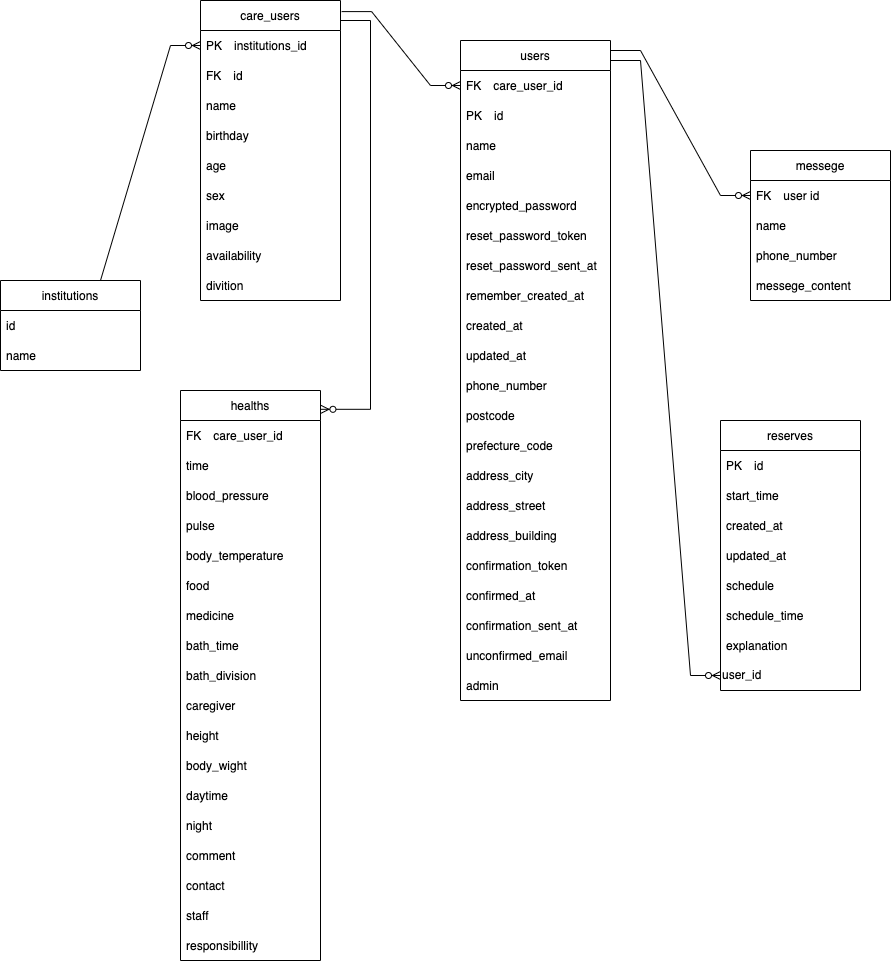
Before: ER図.png, a diagram exported from draw.io (tadao050707/rika_san_app). Source tidied: cells renumbered, new cells last; positions are measured from the earlier drawing's top-left corner, leaving out a move shared by most shapes.
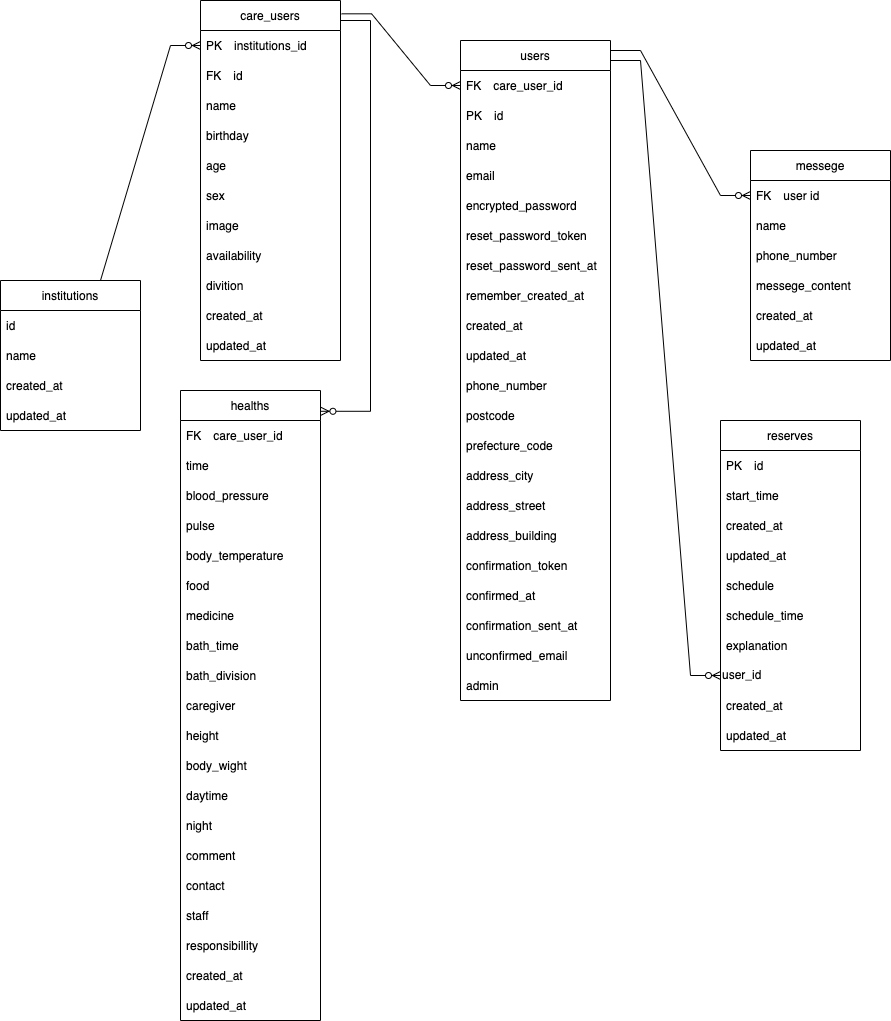
The same diagram one commit later.

The edit, as a diff of the source:
```diff
@@ -3,7 +3,7 @@
     <mxCell id="0" />
     <mxCell id="1" parent="0" />
     <mxCell id="2" value="institutions" style="swimlane;fontStyle=0;horizontal=1;startSize=30;" parent="1" vertex="1">
-      <mxGeometry y="280" width="140" height="90" as="geometry" />
+      <mxGeometry y="280" width="140" height="150" as="geometry" />
     </mxCell>
     <mxCell id="3" value="id" style="text;strokeColor=none;fillColor=none;align=left;verticalAlign=middle;spacingLeft=4;spacingRight=4;overflow=hidden;" parent="2" vertex="1">
       <mxGeometry y="30" width="140" height="30" as="geometry" />
@@ -11,6 +11,12 @@
     <mxCell id="4" value="name" style="text;strokeColor=none;fillColor=none;align=left;verticalAlign=middle;spacingLeft=4;spacingRight=4;overflow=hidden;" parent="2" vertex="1">
       <mxGeometry y="60" width="140" height="30" as="geometry" />
     </mxCell>
+    <mxCell id="75" value="created_at" style="text;strokeColor=none;fillColor=none;align=left;verticalAlign=middle;spacingLeft=4;spacingRight=4;overflow=hidden;" parent="2" vertex="1">
+      <mxGeometry y="90" width="140" height="30" as="geometry" />
+    </mxCell>
+    <mxCell id="76" value="updated_at" style="text;strokeColor=none;fillColor=none;align=left;verticalAlign=middle;spacingLeft=4;spacingRight=4;overflow=hidden;" parent="2" vertex="1">
+      <mxGeometry y="120" width="140" height="30" as="geometry" />
+    </mxCell>
     <mxCell id="5" value="users" style="swimlane;fontStyle=0;horizontal=1;startSize=30;" parent="1" vertex="1">
       <mxGeometry x="460" y="40" width="150" height="660" as="geometry" />
     </mxCell>
@@ -78,7 +84,7 @@
       <mxGeometry y="630" width="150" height="30" as="geometry" />
     </mxCell>
     <mxCell id="27" value="care_users" style="swimlane;fontStyle=0;horizontal=1;startSize=30;" parent="1" vertex="1">
-      <mxGeometry x="200" width="140" height="300" as="geometry" />
+      <mxGeometry x="200" width="140" height="360" as="geometry" />
     </mxCell>
     <mxCell id="28" value="PK　institutions_id" style="text;strokeColor=none;fillColor=none;align=left;verticalAlign=middle;spacingLeft=4;spacingRight=4;overflow=hidden;points=[[0,0.5],[1,0.5]];portConstraint=eastwest;" parent="27" vertex="1">
       <mxGeometry y="30" width="140" height="30" as="geometry" />
@@ -107,8 +113,14 @@
     <mxCell id="36" value="divition" style="text;strokeColor=none;fillColor=none;align=left;verticalAlign=middle;spacingLeft=4;spacingRight=4;overflow=hidden;" parent="27" vertex="1">
       <mxGeometry y="270" width="140" height="30" as="geometry" />
     </mxCell>
+    <mxCell id="77" value="created_at" style="text;strokeColor=none;fillColor=none;align=left;verticalAlign=middle;spacingLeft=4;spacingRight=4;overflow=hidden;" parent="27" vertex="1">
+      <mxGeometry y="300" width="140" height="30" as="geometry" />
+    </mxCell>
+    <mxCell id="78" value="updated_at" style="text;strokeColor=none;fillColor=none;align=left;verticalAlign=middle;spacingLeft=4;spacingRight=4;overflow=hidden;" parent="27" vertex="1">
+      <mxGeometry y="330" width="140" height="30" as="geometry" />
+    </mxCell>
     <mxCell id="37" value="healths" style="swimlane;fontStyle=0;horizontal=1;startSize=30;" parent="1" vertex="1">
-      <mxGeometry x="180" y="390" width="140" height="570" as="geometry" />
+      <mxGeometry x="180" y="390" width="140" height="630" as="geometry" />
     </mxCell>
     <mxCell id="38" value="FK　care_user_id" style="text;strokeColor=none;fillColor=none;align=left;verticalAlign=middle;spacingLeft=4;spacingRight=4;overflow=hidden;" parent="37" vertex="1">
       <mxGeometry y="30" width="140" height="30" as="geometry" />
@@ -164,8 +176,14 @@
     <mxCell id="55" value="responsibillity" style="text;strokeColor=none;fillColor=none;align=left;verticalAlign=middle;spacingLeft=4;spacingRight=4;overflow=hidden;" parent="37" vertex="1">
       <mxGeometry y="540" width="140" height="30" as="geometry" />
     </mxCell>
+    <mxCell id="79" value="created_at" style="text;strokeColor=none;fillColor=none;align=left;verticalAlign=middle;spacingLeft=4;spacingRight=4;overflow=hidden;" parent="37" vertex="1">
+      <mxGeometry y="570" width="140" height="30" as="geometry" />
+    </mxCell>
+    <mxCell id="80" value="updated_at" style="text;strokeColor=none;fillColor=none;align=left;verticalAlign=middle;spacingLeft=4;spacingRight=4;overflow=hidden;" parent="37" vertex="1">
+      <mxGeometry y="600" width="140" height="30" as="geometry" />
+    </mxCell>
     <mxCell id="56" value="reserves" style="swimlane;fontStyle=0;horizontal=1;startSize=30;" parent="1" vertex="1">
-      <mxGeometry x="720" y="420" width="140" height="270" as="geometry" />
+      <mxGeometry x="720" y="420" width="140" height="330" as="geometry" />
     </mxCell>
     <mxCell id="57" value="PK　id" style="text;strokeColor=none;fillColor=none;align=left;verticalAlign=middle;spacingLeft=4;spacingRight=4;overflow=hidden;" parent="56" vertex="1">
       <mxGeometry y="30" width="140" height="30" as="geometry" />
@@ -191,8 +209,14 @@
     <mxCell id="64" value="user_id" style="text;html=1;strokeColor=none;fillColor=none;align=left;verticalAlign=middle;whiteSpace=wrap;rounded=0;" parent="56" vertex="1">
       <mxGeometry y="240" width="140" height="30" as="geometry" />
     </mxCell>
+    <mxCell id="81" value="created_at" style="text;strokeColor=none;fillColor=none;align=left;verticalAlign=middle;spacingLeft=4;spacingRight=4;overflow=hidden;" parent="56" vertex="1">
+      <mxGeometry y="270" width="140" height="30" as="geometry" />
+    </mxCell>
+    <mxCell id="82" value="updated_at" style="text;strokeColor=none;fillColor=none;align=left;verticalAlign=middle;spacingLeft=4;spacingRight=4;overflow=hidden;" parent="56" vertex="1">
+      <mxGeometry y="300" width="140" height="30" as="geometry" />
+    </mxCell>
     <mxCell id="65" value="messege" style="swimlane;fontStyle=0;horizontal=1;startSize=30;" parent="1" vertex="1">
-      <mxGeometry x="750" y="150" width="140" height="150" as="geometry" />
+      <mxGeometry x="750" y="150" width="140" height="210" as="geometry" />
     </mxCell>
     <mxCell id="66" value="FK　user id" style="text;strokeColor=none;fillColor=none;align=left;verticalAlign=middle;spacingLeft=4;spacingRight=4;overflow=hidden;points=[[0,0.5],[1,0.5]];portConstraint=eastwest;" parent="65" vertex="1">
       <mxGeometry y="30" width="140" height="30" as="geometry" />
@@ -206,6 +230,12 @@
     <mxCell id="69" value="messege_content" style="text;strokeColor=none;fillColor=none;align=left;verticalAlign=middle;spacingLeft=4;spacingRight=4;overflow=hidden;" parent="65" vertex="1">
       <mxGeometry y="120" width="140" height="30" as="geometry" />
     </mxCell>
+    <mxCell id="83" value="created_at" style="text;strokeColor=none;fillColor=none;align=left;verticalAlign=middle;spacingLeft=4;spacingRight=4;overflow=hidden;" parent="65" vertex="1">
+      <mxGeometry y="150" width="140" height="30" as="geometry" />
+    </mxCell>
+    <mxCell id="84" value="updated_at" style="text;strokeColor=none;fillColor=none;align=left;verticalAlign=middle;spacingLeft=4;spacingRight=4;overflow=hidden;" parent="65" vertex="1">
+      <mxGeometry y="180" width="140" height="30" as="geometry" />
+    </mxCell>
     <mxCell id="70" style="edgeStyle=entityRelationEdgeStyle;fontSize=12;html=1;endArrow=ERzeroToMany;endFill=1;rounded=0;entryX=0;entryY=0.5;entryDx=0;entryDy=0;exitX=1.008;exitY=0.037;exitDx=0;exitDy=0;exitPerimeter=0;" parent="1" edge="1" source="27" target="6">
       <mxGeometry relative="1" as="geometry" />
     </mxCell>
```
